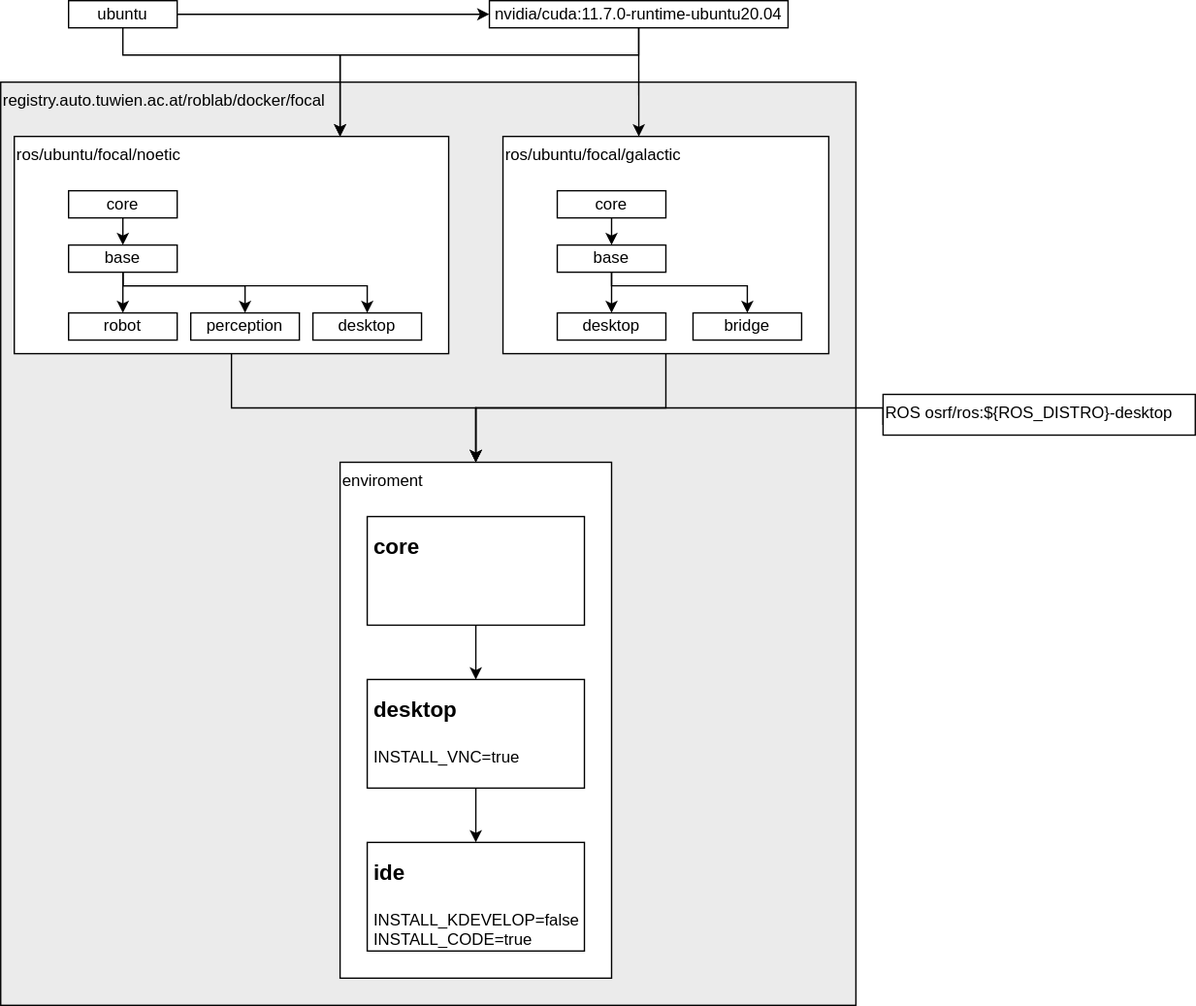
Before: uml-container.draw.io.svg, a diagram exported from draw.io (tuw-robotics/docker). Source tidied: cells renumbered, new cells last; positions are measured from the earlier drawing's top-left corner, leaving out a move shared by most shapes.
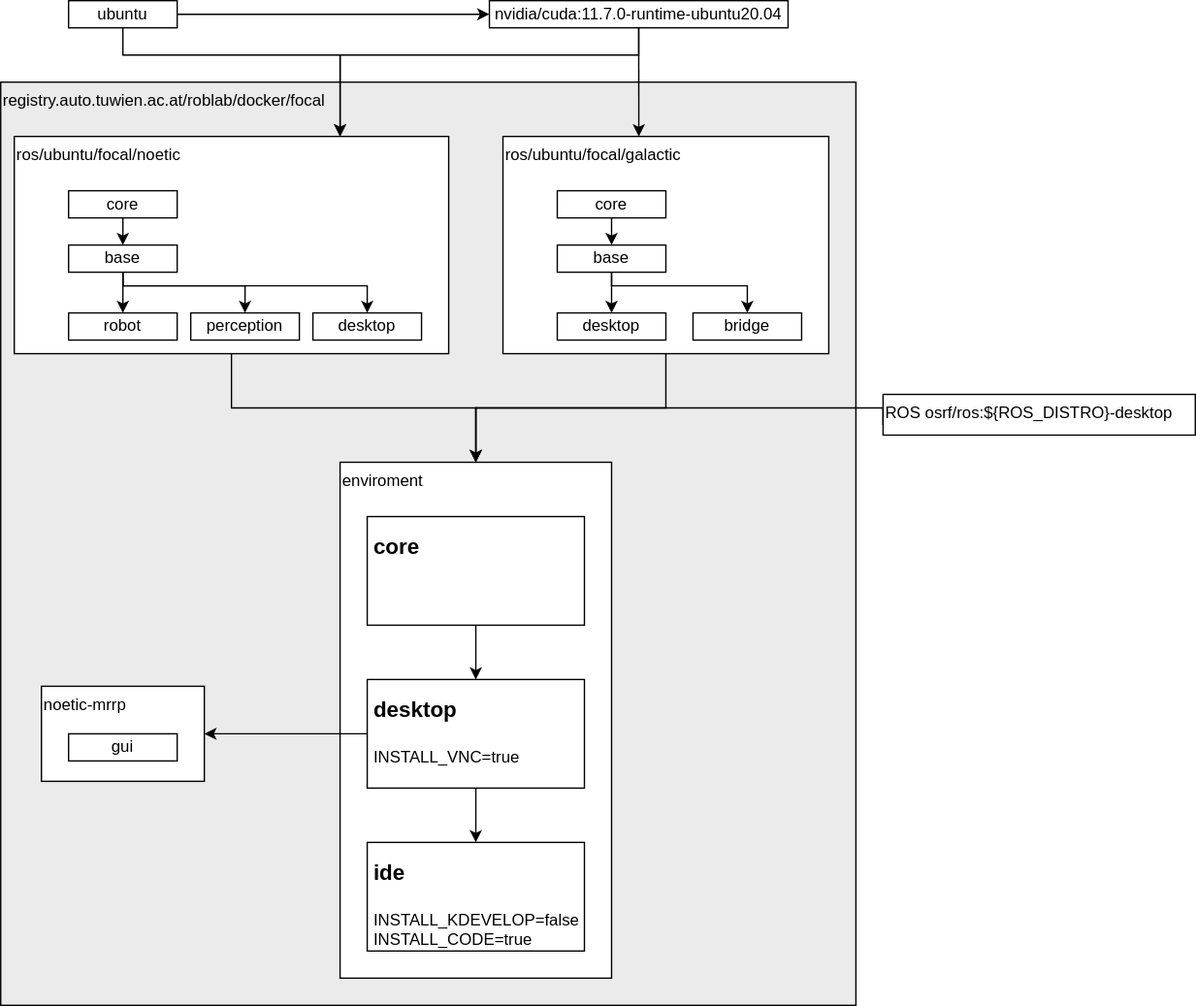
The same diagram one commit later.

Diff of the diagram source:
```diff
@@ -110,6 +110,9 @@
     <mxCell id="26" style="edgeStyle=orthogonalEdgeStyle;rounded=0;jettySize=auto;html=1;exitX=0.5;exitY=1;exitDx=0;exitDy=0;entryX=0.5;entryY=0;entryDx=0;entryDy=0;fontSize=16;" parent="1" edge="1" source="27" target="28">
       <mxGeometry relative="1" as="geometry" />
     </mxCell>
+    <mxCell id="37" style="edgeStyle=orthogonalEdgeStyle;rounded=0;jettySize=auto;html=1;" parent="1" edge="1" source="27" target="38">
+      <mxGeometry relative="1" as="geometry" />
+    </mxCell>
     <mxCell id="27" value="&lt;p style=&quot;line-height: 0.7;&quot;&gt;&lt;/p&gt;&lt;h1&gt;&lt;font style=&quot;font-size: 16px;&quot;&gt;desktop&lt;/font&gt;&lt;/h1&gt;&lt;div&gt;&lt;font style=&quot;font-size: 12px;&quot;&gt;INSTALL_VNC=true&lt;/font&gt;&lt;/div&gt;&lt;p&gt;&lt;/p&gt;" style="text;html=1;strokeColor=default;fillColor=none;spacing=5;spacingTop=-20;whiteSpace=wrap;overflow=hidden;rounded=0;" parent="1" vertex="1">
       <mxGeometry x="270" y="500" width="160" height="80" as="geometry" />
     </mxCell>
@@ -160,5 +163,11 @@
     <mxCell id="36" value="nvidia/cuda:11.7.0-runtime-ubuntu20.04" style="rounded=0;whiteSpace=wrap;html=1;fillColor=none;" parent="1" vertex="1">
       <mxGeometry x="360" width="220" height="20" as="geometry" />
     </mxCell>
+    <mxCell id="38" value="noetic-mrrp" style="rounded=0;whiteSpace=wrap;html=1;fillColor=default;horizontal=1;verticalAlign=top;align=left;" parent="1" vertex="1">
+      <mxGeometry x="30" y="505" width="120" height="70" as="geometry" />
+    </mxCell>
+    <mxCell id="39" value="gui" style="rounded=0;whiteSpace=wrap;html=1;fillColor=none;" parent="1" vertex="1">
+      <mxGeometry x="50" y="540" width="80" height="20" as="geometry" />
+    </mxCell>
   </root>
 </mxGraphModel>
```
